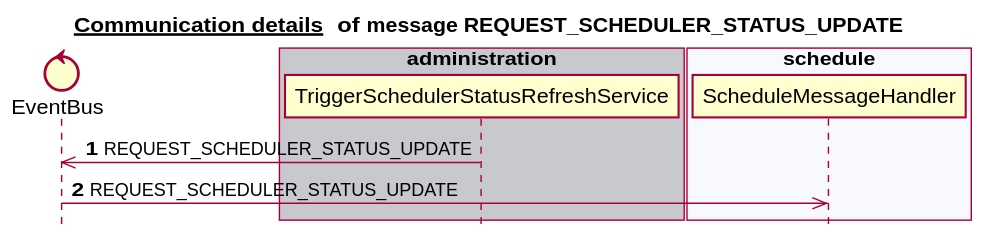
The PlantUML diagram docs/latest/images/gen_domain_messaging_request_scheduler_status_update.svg in mercedes-benz/sechub, before a commit.
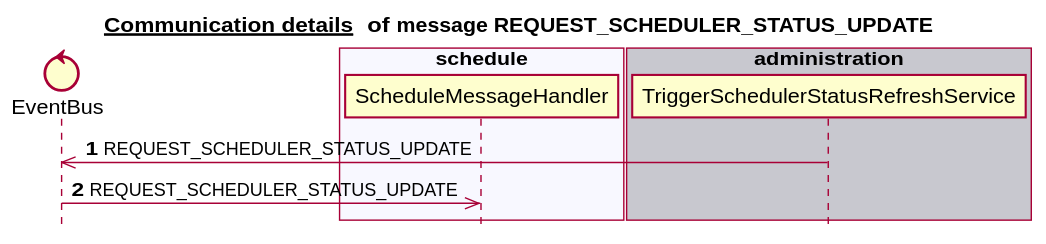
The same file after the commit.

The edit, as a diff of the source:
```diff
@@ -6,17 +6,17 @@
 
 
 control EventBus
-box "notification" #C8C8CF
-end box
-box "authorization" #F8F8FF
-end box
-box "administration" #C8C8CF
-   participant TriggerSchedulerStatusRefreshService
+box "scan" #C8C8CF
 end box
 box "schedule" #F8F8FF
    participant ScheduleMessageHandler
 end box
-box "scan" #C8C8CF
+box "authorization" #C8C8CF
+end box
+box "notification" #F8F8FF
+end box
+box "administration" #C8C8CF
+   participant TriggerSchedulerStatusRefreshService
 end box
 autonumber 1
 TriggerSchedulerStatusRefreshService ->> EventBus:REQUEST_SCHEDULER_STATUS_UPDATE
```
